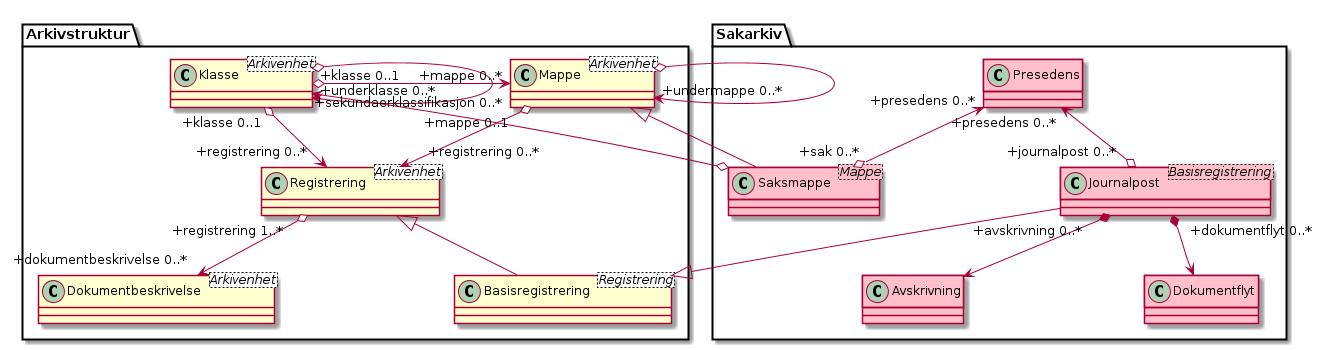
Earlier version of the PlantUML export kapitler/media/uml-sakarkiv-entiteter-forenklet.png (arkivverket/noark5-tjenestegrensesnitt-standard).
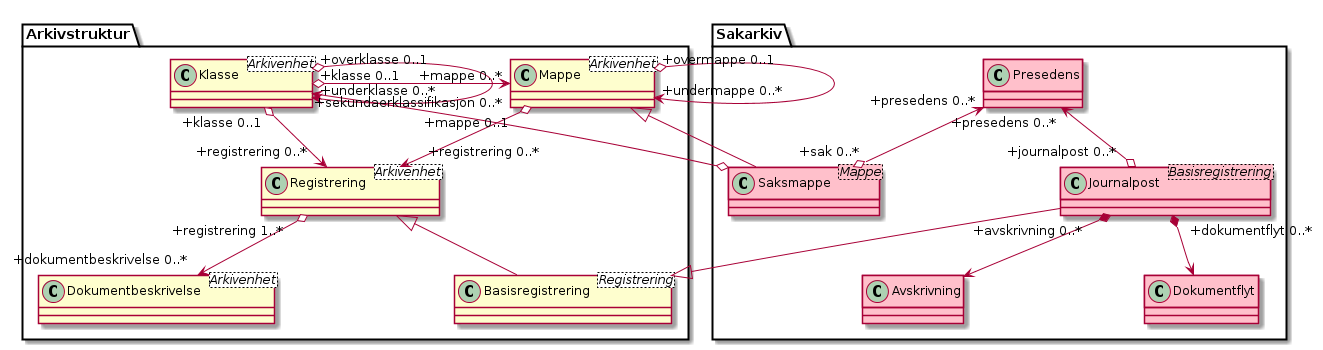
After the commit.

Change to the diagram source:
```diff
@@ -13,9 +13,9 @@
 class Sakarkiv.Avskrivning #pink
 class Sakarkiv.Dokumentflyt #pink
 
-Arkivstruktur.Klasse o--> "+underklasse 0..*" Arkivstruktur.Klasse
+Arkivstruktur.Klasse "+overklasse 0..1" o--> "+underklasse 0..*" Arkivstruktur.Klasse
 Arkivstruktur.Klasse "+klasse 0..1" o-> "+mappe 0..*" Arkivstruktur.Mappe
-Arkivstruktur.Mappe o--> "+undermappe 0..*" Arkivstruktur.Mappe
+Arkivstruktur.Mappe "+overmappe 0..1" o--> "+undermappe 0..*" Arkivstruktur.Mappe
 Arkivstruktur.Mappe <|-- Sakarkiv.Saksmappe
 Sakarkiv.Saksmappe o--> "+sekundaerklassifikasjon 0..*" Arkivstruktur.Klasse
 Sakarkiv.Presedens "+presedens 0..*" <--o "+sak 0..*" Sakarkiv.Saksmappe
```
